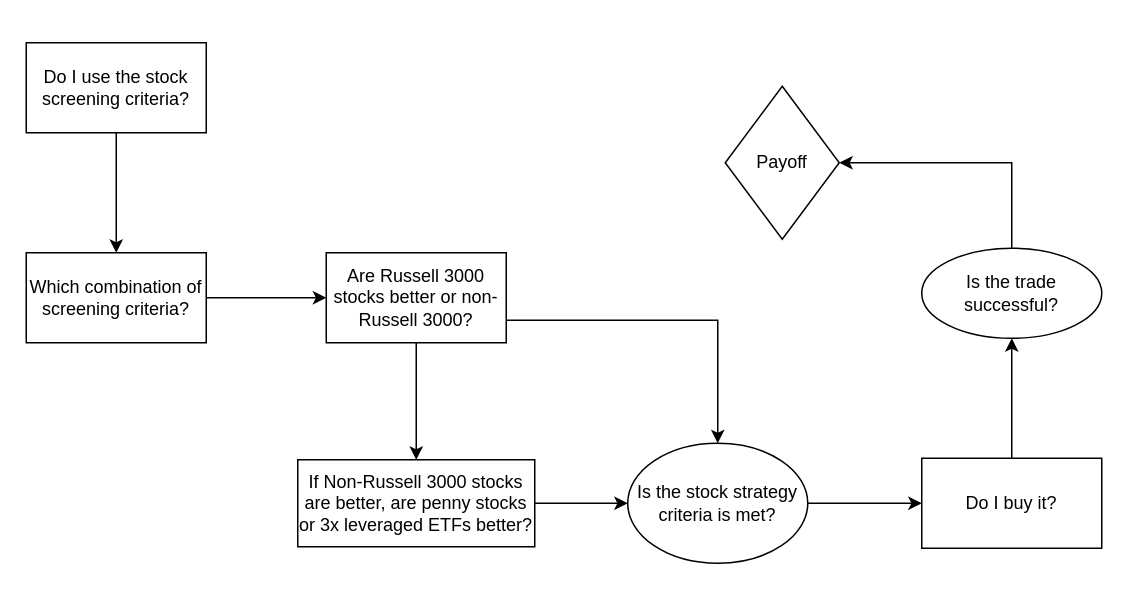
Above: InfluenceDiagram.drawio in brianferrell787/StockDecisisionTree (draw.io), before the change. Source tidied: cells renumbered, new cells numbered last; positions are measured from the earlier drawing's top-left corner, leaving out a move shared by most shapes. Both pictures are drawn from the tidied source at 150%, with x=0, y=0 at pixel (26, 42).
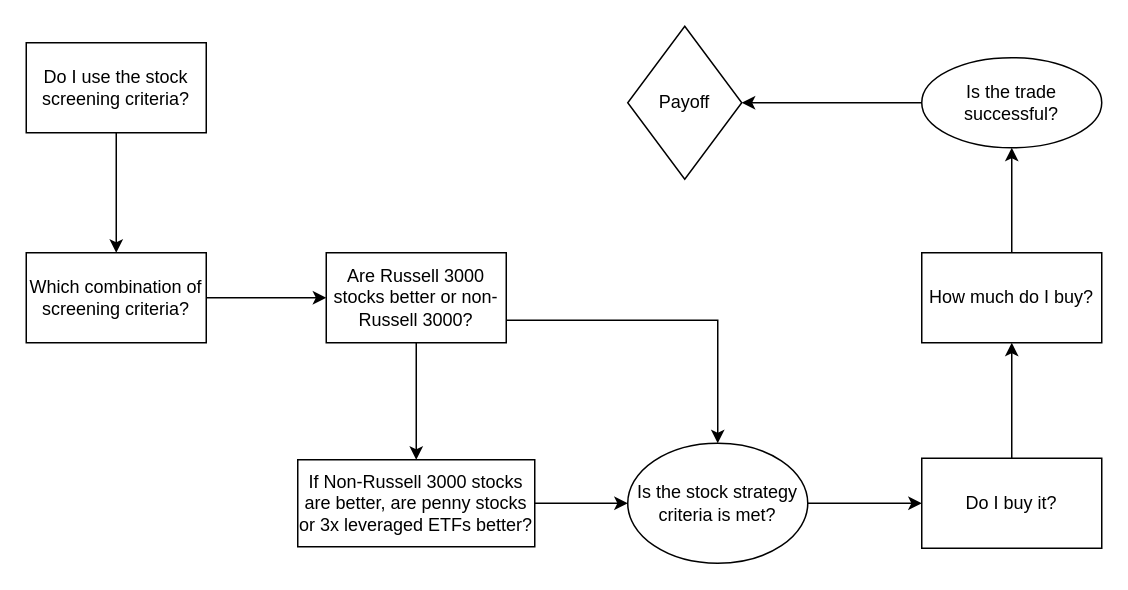
After the change.

Diff of the diagram source:
```diff
@@
 <mxGraphModel>
   <root>
     <mxCell id="0" />
     <mxCell id="1" parent="0" />
     <mxCell id="2" style="edgeStyle=orthogonalEdgeStyle;rounded=0;jettySize=auto;html=1;" parent="1" edge="1" source="3" target="5">
       <mxGeometry relative="1" as="geometry" />
     </mxCell>
     <mxCell id="3" value="Do I use the stock screening criteria?" style="rounded=0;whiteSpace=wrap;html=1;" parent="1" vertex="1">
       <mxGeometry width="120" height="60" as="geometry" />
     </mxCell>
     <mxCell id="4" style="edgeStyle=orthogonalEdgeStyle;rounded=0;jettySize=auto;html=1;" parent="1" edge="1" source="5" target="8">
       <mxGeometry relative="1" as="geometry" />
     </mxCell>
     <mxCell id="5" value="Which combination of screening criteria?" style="whiteSpace=wrap;html=1;rounded=0;" parent="1" vertex="1">
       <mxGeometry y="140" width="120" height="60" as="geometry" />
     </mxCell>
     <mxCell id="6" style="edgeStyle=orthogonalEdgeStyle;rounded=0;jettySize=auto;html=1;" parent="1" edge="1" source="8" target="10">
       <mxGeometry relative="1" as="geometry" />
     </mxCell>
     <mxCell id="7" style="edgeStyle=orthogonalEdgeStyle;rounded=0;jettySize=auto;html=1;exitX=1;exitY=0.75;exitDx=0;exitDy=0;entryX=0.5;entryY=0;entryDx=0;entryDy=0;" parent="1" edge="1" source="8" target="12">
       <mxGeometry relative="1" as="geometry" />
     </mxCell>
     <mxCell id="8" value="Are Russell 3000 stocks better or non-Russell 3000?" style="whiteSpace=wrap;html=1;rounded=0;" parent="1" vertex="1">
       <mxGeometry x="200" y="140" width="120" height="60" as="geometry" />
     </mxCell>
     <mxCell id="9" style="edgeStyle=orthogonalEdgeStyle;rounded=0;jettySize=auto;html=1;" parent="1" edge="1" source="10" target="12">
       <mxGeometry relative="1" as="geometry" />
     </mxCell>
     <mxCell id="10" value="If Non-Russell 3000 stocks are better, are penny stocks or 3x leveraged ETFs better?" style="whiteSpace=wrap;html=1;rounded=0;" parent="1" vertex="1">
       <mxGeometry x="181" y="278" width="158" height="58" as="geometry" />
     </mxCell>
     <mxCell id="11" style="edgeStyle=orthogonalEdgeStyle;rounded=0;jettySize=auto;html=1;" parent="1" edge="1" source="12" target="14">
       <mxGeometry relative="1" as="geometry" />
     </mxCell>
     <mxCell id="12" value="Is the stock strategy criteria is met?" style="ellipse;whiteSpace=wrap;html=1;" parent="1" vertex="1">
       <mxGeometry x="401" y="267" width="120" height="80" as="geometry" />
     </mxCell>
-    <mxCell id="13" style="edgeStyle=orthogonalEdgeStyle;rounded=0;jettySize=auto;html=1;" parent="1" edge="1" source="14" target="16">
-      <mxGeometry relative="1" as="geometry" />
-    </mxCell>
+    <mxCell id="18" style="edgeStyle=orthogonalEdgeStyle;rounded=0;jettySize=auto;html=1;" parent="1" edge="1" source="14" target="20">
+      <mxGeometry relative="1" as="geometry" />
+    </mxCell>
     <mxCell id="14" value="Do I buy it?" style="whiteSpace=wrap;html=1;" parent="1" vertex="1">
       <mxGeometry x="597" y="277" width="120" height="60" as="geometry" />
     </mxCell>
-    <mxCell id="15" style="edgeStyle=orthogonalEdgeStyle;rounded=0;jettySize=auto;html=1;exitX=0;exitY=0;exitDx=0;exitDy=0;entryX=1;entryY=0.5;entryDx=0;entryDy=0;" parent="1" edge="1" source="16" target="17">
-      <mxGeometry relative="1" as="geometry">
-        <Array as="points">
-          <mxPoint x="657" y="146" />
-          <mxPoint x="657" y="80" />
-        </Array>
-      </mxGeometry>
+    <mxCell id="15" style="edgeStyle=orthogonalEdgeStyle;rounded=0;jettySize=auto;html=1;exitX=0;exitY=0.5;exitDx=0;exitDy=0;" parent="1" edge="1" source="16" target="17">
+      <mxGeometry relative="1" as="geometry" />
     </mxCell>
     <mxCell id="16" value="Is the trade successful?" style="ellipse;whiteSpace=wrap;html=1;" parent="1" vertex="1">
-      <mxGeometry x="597" y="137" width="120" height="60" as="geometry" />
+      <mxGeometry x="597" y="10" width="120" height="60" as="geometry" />
     </mxCell>
     <mxCell id="17" value="Payoff" style="rhombus;whiteSpace=wrap;html=1;" parent="1" vertex="1">
-      <mxGeometry x="466" y="29" width="76" height="102" as="geometry" />
+      <mxGeometry x="401" y="-11" width="76" height="102" as="geometry" />
     </mxCell>
+    <mxCell id="19" style="edgeStyle=orthogonalEdgeStyle;rounded=0;jettySize=auto;html=1;exitX=0.5;exitY=0;exitDx=0;exitDy=0;entryX=0.5;entryY=1;entryDx=0;entryDy=0;" parent="1" edge="1" source="20" target="16">
+      <mxGeometry relative="1" as="geometry" />
+    </mxCell>
+    <mxCell id="20" value="How much do I buy?" style="whiteSpace=wrap;html=1;" parent="1" vertex="1">
+      <mxGeometry x="597" y="140" width="120" height="60" as="geometry" />
+    </mxCell>
   </root>
 </mxGraphModel>
```
